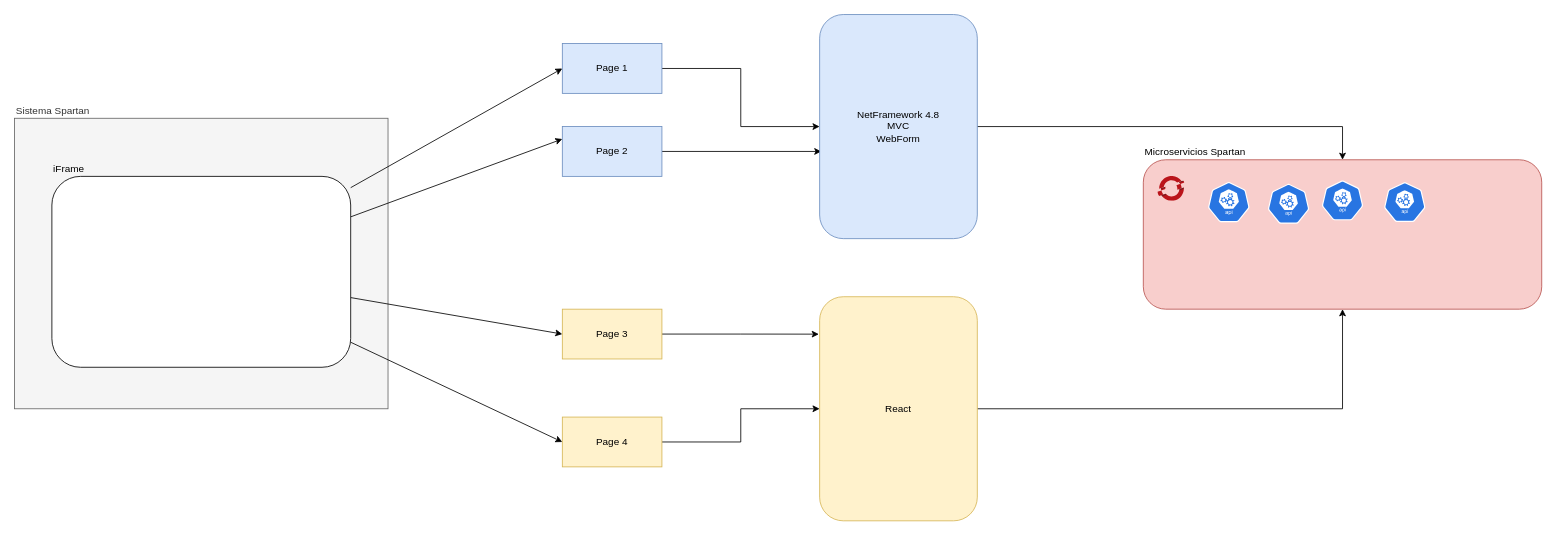
MarcoPuenayan/diagramas keeps this draw.io diagram as page "Página-12" (12 of 14) of Diagrama sin título.drawio. Above is the earlier version. Source tidied: cells renumbered, new cells numbered last; positions are measured from the earlier drawing's top-left corner, leaving out a move shared by most shapes. Both pictures are drawn from the tidied source at 83%, with x=0, y=0 at pixel (14, 14).
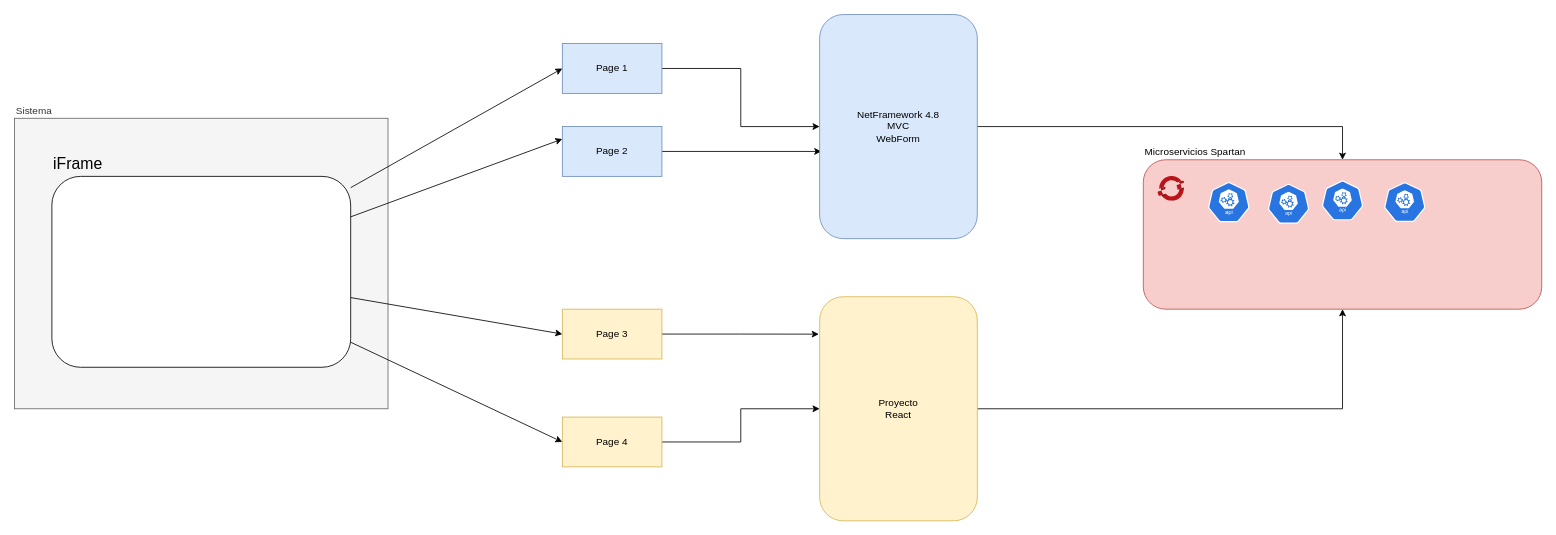
The same page after the edit.

What changed in the source:
```diff
@@
-    <mxCell id="2" value="Sistema Spartan" style="rounded=0;whiteSpace=wrap;html=1;fillColor=#f5f5f5;strokeColor=#666666;fontColor=#333333;labelPosition=center;verticalLabelPosition=top;align=left;verticalAlign=bottom;" parent="1" vertex="1">
+    <mxCell id="2" value="Sistema&amp;nbsp;" style="rounded=0;whiteSpace=wrap;html=1;fillColor=#f5f5f5;strokeColor=#666666;fontColor=#333333;labelPosition=center;verticalLabelPosition=top;align=left;verticalAlign=bottom;" parent="1" vertex="1">
       <mxGeometry y="125" width="450" height="350" as="geometry" />
     </mxCell>
@@
-    <mxCell id="7" value="iFrame" style="rounded=1;whiteSpace=wrap;html=1;labelPosition=center;verticalLabelPosition=top;align=left;verticalAlign=bottom;" parent="1" vertex="1">
+    <mxCell id="7" value="iFrame" style="rounded=1;whiteSpace=wrap;html=1;labelPosition=center;verticalLabelPosition=top;align=left;verticalAlign=bottom;fontSize=19;" parent="1" vertex="1">
       <mxGeometry x="45" y="195" width="360" height="230" as="geometry" />
     </mxCell>
@@
-    <mxCell id="19" value="React" style="rounded=1;whiteSpace=wrap;html=1;fillColor=#fff2cc;strokeColor=#d6b656;" parent="1" vertex="1">
+    <mxCell id="19" value="Proyecto&lt;br&gt;React" style="rounded=1;whiteSpace=wrap;html=1;fillColor=#fff2cc;strokeColor=#d6b656;" parent="1" vertex="1">
       <mxGeometry x="970" y="340" width="190" height="270" as="geometry" />
     </mxCell>
```
